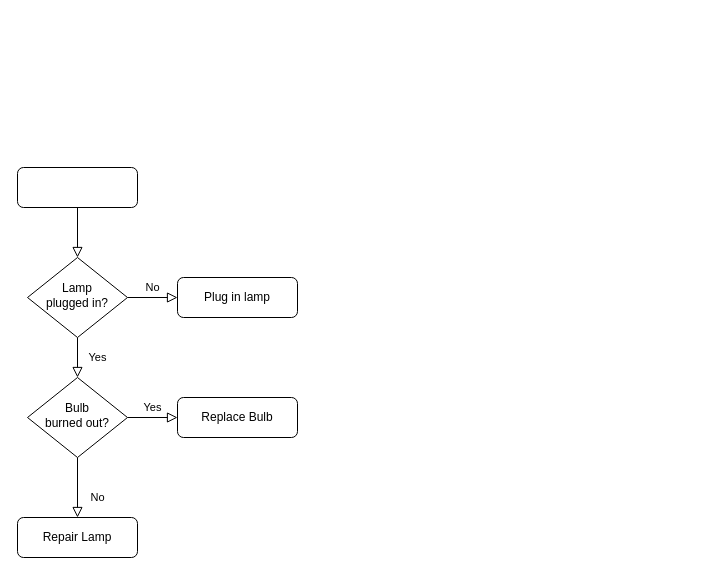
The draw.io diagram Diagramme sans nom.drawio in YU-KENT/les-petits-plats, before the edit. Source tidied: cells renumbered, new cells numbered last; positions are measured from the earlier drawing's top-left corner, leaving out a move shared by most shapes. Both pictures are drawn from the tidied source at 100%, with x=0, y=0 at pixel (17, 167).
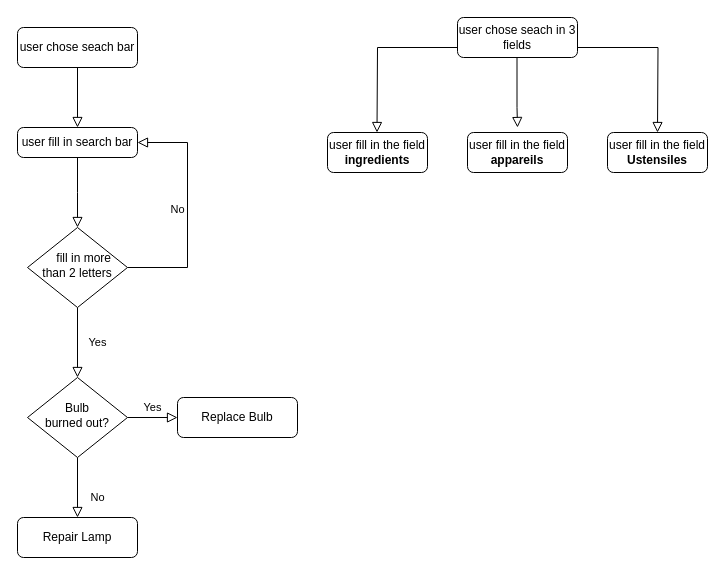
The same diagram, later.

Commit message (it also covers changes not shown here):
Mettre à jour Diagramme sans nom.drawio

What changed in the source:
```diff
@@
+    <mxCell id="13" style="rounded=0;html=1;jettySize=auto;fontSize=11;endArrow=block;endFill=0;endSize=8;strokeWidth=1;shadow=0;labelBackgroundColor=none;edgeStyle=orthogonalEdgeStyle;startArrow=none;exitX=0.5;exitY=1;exitDx=0;exitDy=0;entryX=0.5;entryY=0;entryDx=0;entryDy=0;" parent="1" edge="1" source="3" target="15">
+      <mxGeometry relative="1" as="geometry" />
+    </mxCell>
-    <mxCell id="2" style="rounded=0;html=1;jettySize=auto;fontSize=11;endArrow=block;endFill=0;endSize=8;strokeWidth=1;shadow=0;labelBackgroundColor=none;edgeStyle=orthogonalEdgeStyle;" parent="1" edge="1" source="3" target="6">
-      <mxGeometry relative="1" as="geometry" />
+    <mxCell id="2" style="rounded=0;html=1;jettySize=auto;fontSize=11;endArrow=block;endFill=0;endSize=8;strokeWidth=1;shadow=0;labelBackgroundColor=none;edgeStyle=orthogonalEdgeStyle;startArrow=none;exitX=0.5;exitY=1;exitDx=0;exitDy=0;" parent="1" edge="1" source="15">
+      <mxGeometry relative="1" as="geometry">
+        <mxPoint x="60" y="60" as="targetPoint" />
+      </mxGeometry>
     </mxCell>
-    <mxCell id="3" style="rounded=1;whiteSpace=wrap;html=1;fontSize=12;glass=0;strokeWidth=1;shadow=0;" parent="1" vertex="1">
-      <mxGeometry width="120" height="40" as="geometry" />
-    </mxCell>
@@
-    <mxCell id="5" value="No" style="edgeStyle=orthogonalEdgeStyle;rounded=0;html=1;jettySize=auto;fontSize=11;endArrow=block;endFill=0;endSize=8;strokeWidth=1;shadow=0;labelBackgroundColor=none;" parent="1" edge="1" source="6" target="7">
-      <mxGeometry y="10" relative="1" as="geometry" />
+    <mxCell id="5" value="No" style="edgeStyle=orthogonalEdgeStyle;rounded=0;html=1;jettySize=auto;fontSize=11;endArrow=block;endFill=0;endSize=8;strokeWidth=1;shadow=0;labelBackgroundColor=none;entryX=1;entryY=0.5;entryDx=0;entryDy=0;" parent="1" edge="1" source="6" target="15">
+      <mxGeometry y="10" relative="1" as="geometry">
+        <Array as="points">
+          <mxPoint x="170" y="100" />
+          <mxPoint x="170" y="-25" />
+        </Array>
+      </mxGeometry>
     </mxCell>
-    <mxCell id="6" value="Lamp&lt;br&gt;plugged in?" style="rhombus;whiteSpace=wrap;html=1;shadow=0;fontFamily=Helvetica;fontSize=12;align=center;strokeWidth=1;spacing=6;spacingTop=-4;" parent="1" vertex="1">
-      <mxGeometry x="10" y="90" width="100" height="80" as="geometry" />
+    <mxCell id="6" value="&amp;nbsp; &amp;nbsp; fill in more than 2 letters" style="rhombus;whiteSpace=wrap;html=1;shadow=0;fontFamily=Helvetica;fontSize=12;align=center;strokeWidth=1;spacing=6;spacingTop=-4;" parent="1" vertex="1">
+      <mxGeometry x="10" y="60" width="100" height="80" as="geometry" />
     </mxCell>
-    <mxCell id="7" value="Plug in lamp" style="rounded=1;whiteSpace=wrap;html=1;fontSize=12;glass=0;strokeWidth=1;shadow=0;" parent="1" vertex="1">
-      <mxGeometry x="160" y="110" width="120" height="40" as="geometry" />
-    </mxCell>
@@
+    <mxCell id="14" value="user chose seach in 3 fields" style="rounded=1;whiteSpace=wrap;html=1;fontSize=12;glass=0;strokeWidth=1;shadow=0;" parent="1" vertex="1">
+      <mxGeometry x="440" y="-150" width="120" height="40" as="geometry" />
+    </mxCell>
+    <mxCell id="15" value="user fill in search bar" style="rounded=1;whiteSpace=wrap;html=1;arcSize=20;" parent="1" vertex="1">
+      <mxGeometry y="-40" width="120" height="30" as="geometry" />
+    </mxCell>
+    <mxCell id="16" value="user fill in the field &lt;b&gt;ingredients&lt;/b&gt;" style="rounded=1;whiteSpace=wrap;html=1;" parent="1" vertex="1">
+      <mxGeometry x="310" y="-35" width="100" height="40" as="geometry" />
+    </mxCell>
+    <mxCell id="17" style="rounded=0;html=1;jettySize=auto;fontSize=11;endArrow=none;endFill=0;endSize=8;strokeWidth=1;shadow=0;labelBackgroundColor=none;edgeStyle=orthogonalEdgeStyle;startArrow=none;exitX=0.489;exitY=1.122;exitDx=0;exitDy=0;exitPerimeter=0;entryX=0.5;entryY=0;entryDx=0;entryDy=0;" parent="1" edge="1" target="3">
+      <mxGeometry relative="1" as="geometry">
+        <mxPoint x="59.2" y="-130" as="sourcePoint" />
+      </mxGeometry>
+    </mxCell>
+    <mxCell id="3" value="user chose seach bar" style="rounded=1;whiteSpace=wrap;html=1;fontSize=12;glass=0;strokeWidth=1;shadow=0;" parent="1" vertex="1">
+      <mxGeometry y="-140" width="120" height="40" as="geometry" />
+    </mxCell>
+    <mxCell id="18" value="user fill in the field &lt;b&gt;appareils&lt;/b&gt;" style="rounded=1;whiteSpace=wrap;html=1;" parent="1" vertex="1">
+      <mxGeometry x="450" y="-35" width="100" height="40" as="geometry" />
+    </mxCell>
+    <mxCell id="19" value="user fill in the field &lt;b&gt;Ustensiles&lt;/b&gt;" style="rounded=1;whiteSpace=wrap;html=1;" parent="1" vertex="1">
+      <mxGeometry x="590" y="-35" width="100" height="40" as="geometry" />
+    </mxCell>
+    <mxCell id="20" style="rounded=0;html=1;jettySize=auto;orthogonalLoop=1;fontSize=11;endArrow=block;endFill=0;endSize=8;strokeWidth=1;shadow=0;labelBackgroundColor=none;edgeStyle=orthogonalEdgeStyle;startArrow=none;exitX=0.5;exitY=1;exitDx=0;exitDy=0;" parent="1" edge="1">
+      <mxGeometry relative="1" as="geometry">
+        <mxPoint x="499.5" y="-110" as="sourcePoint" />
+        <mxPoint x="500" y="-40" as="targetPoint" />
+        <Array as="points">
+          <mxPoint x="500" y="-60" />
+          <mxPoint x="500" y="-60" />
+        </Array>
+      </mxGeometry>
+    </mxCell>
+    <mxCell id="21" style="rounded=0;html=1;jettySize=auto;fontSize=11;endArrow=block;endFill=0;endSize=8;strokeWidth=1;shadow=0;labelBackgroundColor=none;edgeStyle=orthogonalEdgeStyle;startArrow=none;entryX=0.5;entryY=0;entryDx=0;entryDy=0;exitX=0;exitY=0.75;exitDx=0;exitDy=0;" parent="1" edge="1" source="14">
+      <mxGeometry relative="1" as="geometry">
+        <mxPoint x="359.5" y="-35" as="targetPoint" />
+      </mxGeometry>
+    </mxCell>
+    <mxCell id="22" style="rounded=0;html=1;jettySize=auto;fontSize=11;endArrow=block;endFill=0;endSize=8;strokeWidth=1;shadow=0;labelBackgroundColor=none;edgeStyle=orthogonalEdgeStyle;startArrow=none;entryX=0.5;entryY=0;entryDx=0;entryDy=0;exitX=1;exitY=0.75;exitDx=0;exitDy=0;" parent="1" edge="1" source="14">
+      <mxGeometry relative="1" as="geometry">
+        <mxPoint x="640" y="-35" as="targetPoint" />
+      </mxGeometry>
+    </mxCell>
```
